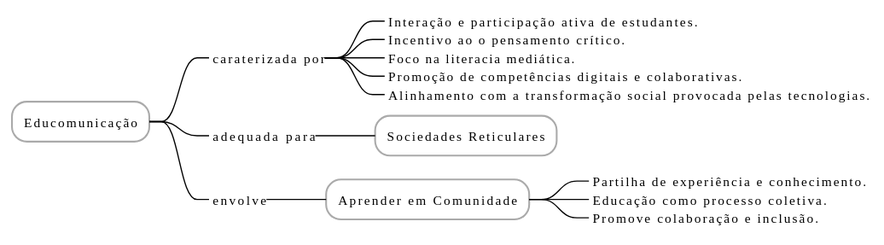
Above: 01_sociedade_em_rede_e_educacao_digital/figures/01_03_o_paradigma_da_educomunicacao.svg in amgs/pged (PlantUML), before the change.
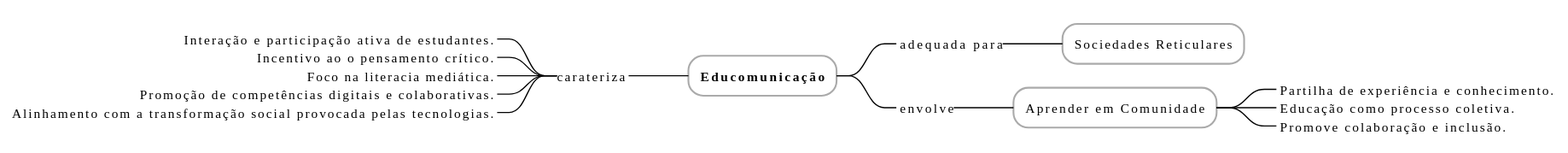
The same file after the commit.

The edit, as a diff of the source:
```diff
@@ -2,17 +2,18 @@
 !define LIGHTBLUE
 !includeurl https://gist.githubusercontent.com/amgs/de57560012a8a5f0e4240f392b678a40/raw/c903c6b4f16b60b5eef3248f093497faae378f51/style.puml
 
-* Educomunicação
+* **Educomunicação**
 
-right side
+left side
 
-**_ caraterizada por
+**_ carateriza
 ***_ Interação e participação ativa de estudantes.
 ***_ Incentivo ao o pensamento crítico.
 ***_ Foco na literacia mediática.
 ***_ Promoção de competências digitais e colaborativas.
 ***_ Alinhamento com a transformação social provocada pelas tecnologias.
 
+right side
 
 **_ adequada para
 
```
